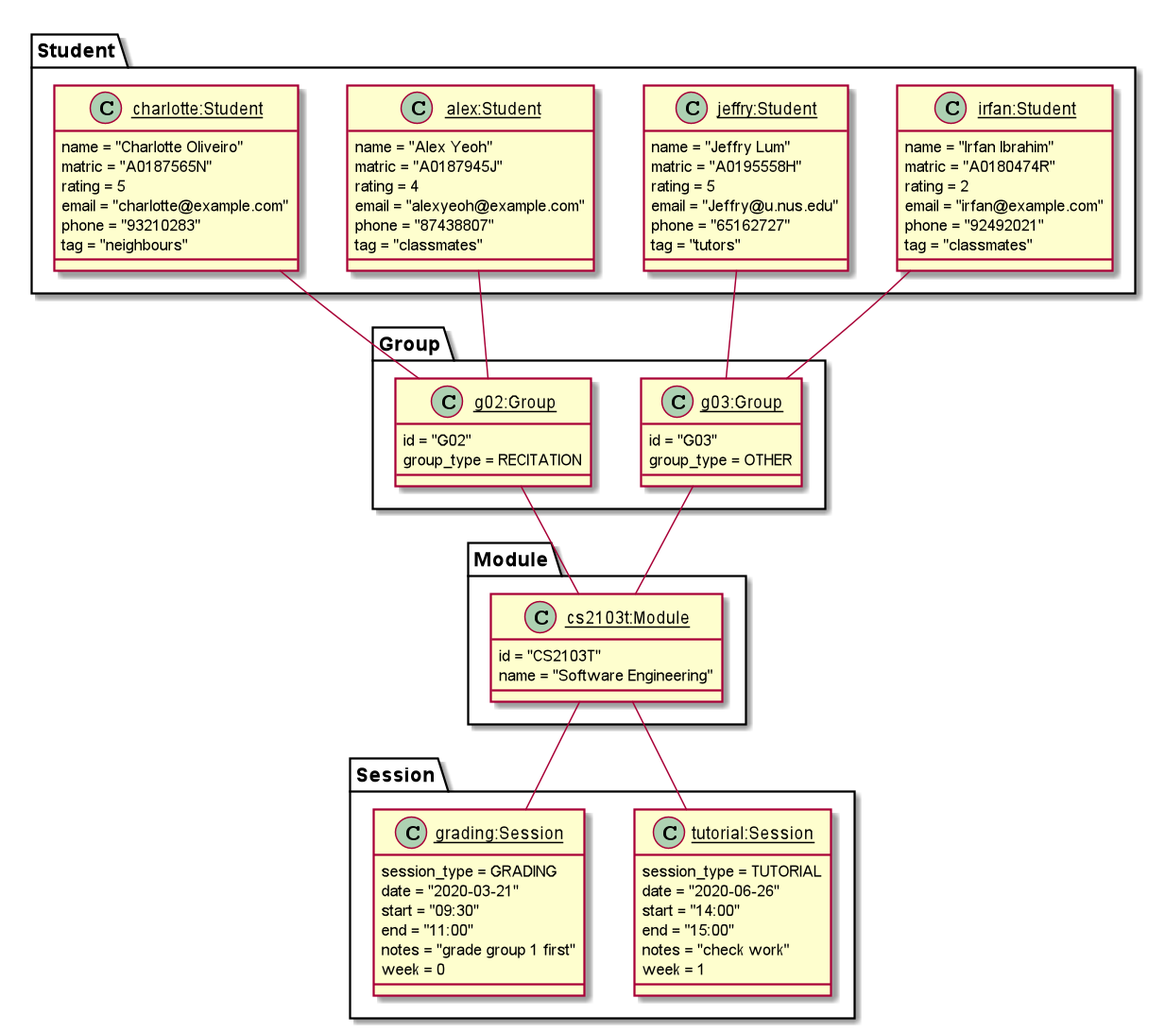
The PlantUML diagram docs/images/ModelObjectDiagram.png in nus-cs2103-AY1920S2/addressbook-level3, before a commit.
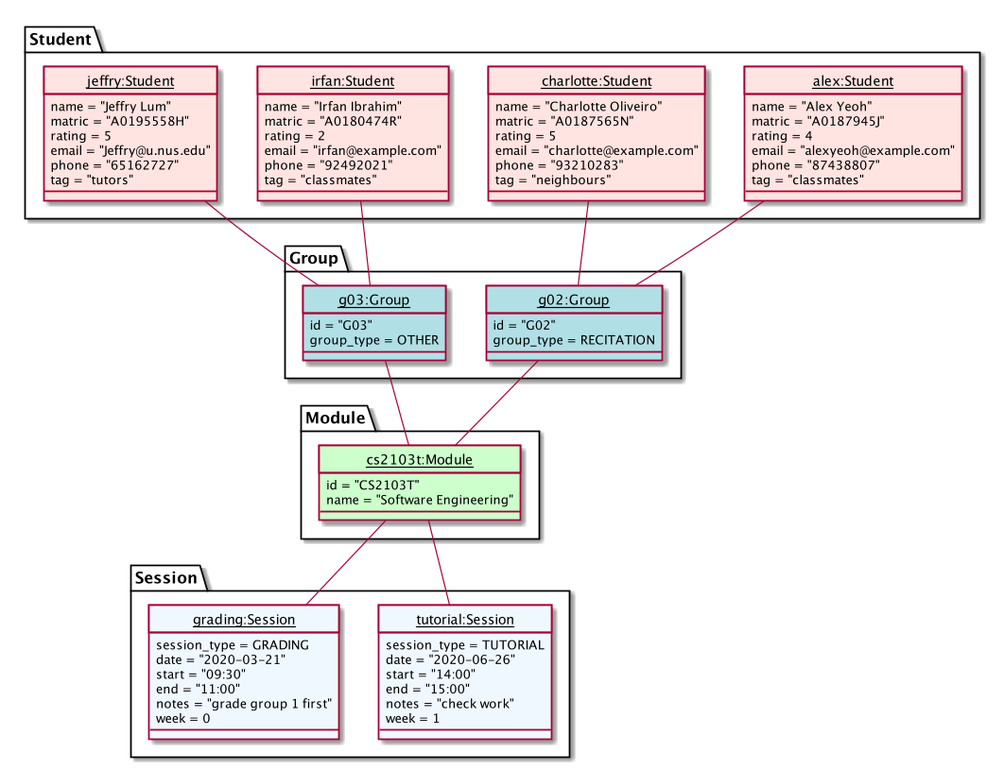
The same diagram one commit later.

Commit message:
Add color to object diagram

The edit, as a diff of the source:
```diff
@@ -1,7 +1,7 @@
 @startuml
 
 package Student {
-    class Student1 as "__irfan:Student__" {
+    class Student1 as "__irfan:Student__" #MistyRose {
         name = "Irfan Ibrahim"
         matric = "A0180474R"
         rating = 2
@@ -10,7 +10,7 @@
         tag = "classmates"
     }
 
-    class Student2 as "__jeffry:Student__" {
+    class Student2 as "__jeffry:Student__" #MistyRose {
       name = "Jeffry Lum"
       matric = "A0195558H"
       rating = 5
@@ -19,7 +19,7 @@
       tag = "tutors"
     }
 
-    class Student3 as "__alex:Student__" {
+    class Student3 as "__alex:Student__" #MistyRose {
             name = "Alex Yeoh"
             matric = "A0187945J"
             rating = 4
@@ -28,7 +28,7 @@
             tag = "classmates"
     }
 
-    class Student4 as "__charlotte:Student__" {
+    class Student4 as "__charlotte:Student__" #MistyRose {
       name = "Charlotte Oliveiro"
       matric = "A0187565N"
       rating = 5
@@ -39,26 +39,26 @@
 }
 
 package Group {
-    class Group1 as "__g02:Group__" {
+    class Group1 as "__g02:Group__" #PowderBlue {
         id = "G02"
         group_type = RECITATION
     }
 
-    class Group2 as "__g03:Group__" {
+    class Group2 as "__g03:Group__"  #PowderBlue {
         id = "G03"
         group_type = OTHER
     }
 }
 
 package Module {
-    class Module1 as "__cs2103t:Module__" {
+    class Module1 as "__cs2103t:Module__"  #PHYSICAL {
         id = "CS2103T"
         name = "Software Engineering"
     }
 }
 
 package Session {
-    class Session1 as "__tutorial:Session__" {
+    class Session1 as "__tutorial:Session__" #AliceBlue {
         session_type = TUTORIAL
         date = "2020-06-26"
         start = "14:00"
@@ -67,7 +67,7 @@
         week = 1
     }
 
-    class Session2 as "__grading:Session__" {
+    class Session2 as "__grading:Session__" #AliceBlue {
         session_type = GRADING
         date = "2020-03-21"
         start = "09:30"
@@ -76,6 +76,16 @@
         week = 0
     }
 }
+
+hide Student1 circle
+hide Student2 circle
+hide Student3 circle
+hide Student4 circle
+hide Group1 circle
+hide Group2 circle
+hide Module1 circle
+hide Session1 circle
+hide Session2 circle
 
 Group1 -- Module1
 Group2 -- Module1
```
